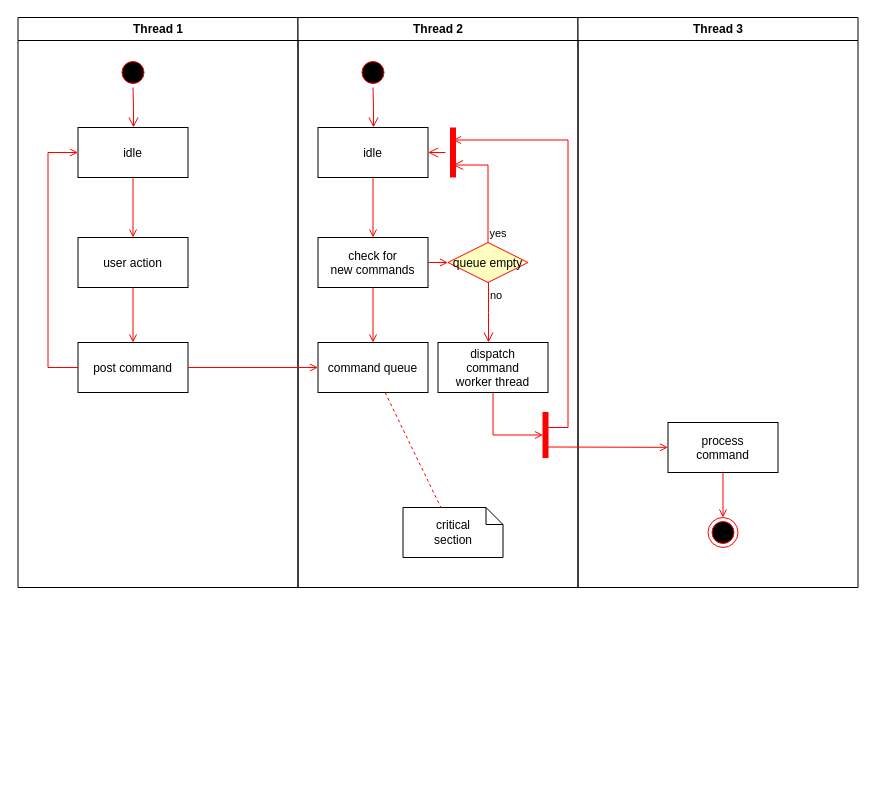
The draw.io diagram 未命名绘图.drawio in RockyLOMO/demo, before the edit. Source tidied: cells renumbered, new cells numbered last; positions are measured from the earlier drawing's top-left corner, leaving out a move shared by most shapes. Both pictures are drawn from the tidied source at 100%, with x=0, y=0 at pixel (17, 17).
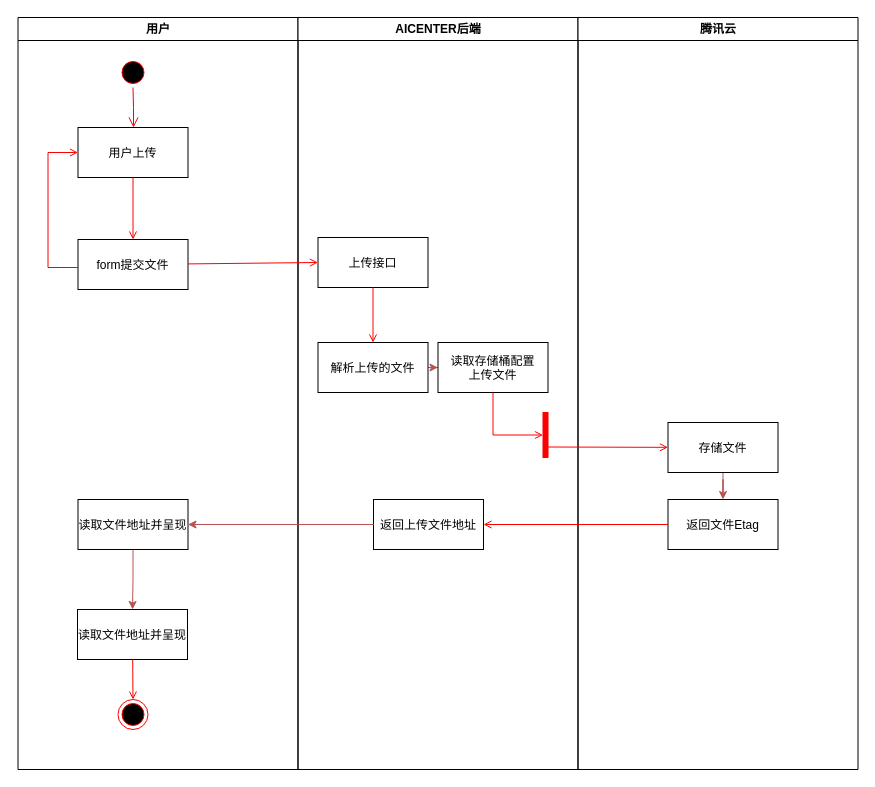
Above is the later version.

Change to the diagram source:
```diff
@@
-    <mxCell id="2" value="Thread 1" style="swimlane;whiteSpace=wrap;" parent="1" vertex="1">
-      <mxGeometry x="0.5" width="280" height="570" as="geometry" />
+    <mxCell id="2" value="用户" style="swimlane;whiteSpace=wrap;" parent="1" vertex="1">
+      <mxGeometry x="0.5" width="280" height="752" as="geometry" />
     </mxCell>
@@
-    <mxCell id="5" value="idle" parent="2" vertex="1">
+    <mxCell id="5" value="用户上传" parent="2" vertex="1">
       <mxGeometry x="60" y="110" width="110" height="50" as="geometry" />
     </mxCell>
-    <mxCell id="6" value="user action" parent="2" vertex="1">
-      <mxGeometry x="60" y="220" width="110" height="50" as="geometry" />
-    </mxCell>
-    <mxCell id="7" style="endArrow=open;strokeColor=#FF0000;endFill=1;rounded=0;" parent="2" edge="1" source="5" target="6">
-      <mxGeometry relative="1" as="geometry" />
-    </mxCell>
-    <mxCell id="8" value="post command" parent="2" vertex="1">
-      <mxGeometry x="60" y="325" width="110" height="50" as="geometry" />
+    <mxCell id="8" value="form提交文件" parent="2" vertex="1">
+      <mxGeometry x="60" y="222" width="110" height="50" as="geometry" />
     </mxCell>
-    <mxCell id="9" style="endArrow=open;strokeColor=#FF0000;endFill=1;rounded=0;" parent="2" edge="1" source="6" target="8">
+    <mxCell id="9" style="endArrow=open;strokeColor=#FF0000;endFill=1;rounded=0;" parent="2" edge="1" source="5" target="8">
       <mxGeometry relative="1" as="geometry" />
     </mxCell>
@@
+    <mxCell id="37" style="edgeStyle=orthogonalEdgeStyle;rounded=0;jettySize=auto;html=1;entryX=0.5;entryY=0;entryDx=0;entryDy=0;fillColor=#f8cecc;strokeColor=#b85450;" parent="2" edge="1" source="38" target="39">
+      <mxGeometry relative="1" as="geometry" />
+    </mxCell>
+    <mxCell id="38" value="读取文件地址并呈现" parent="2" vertex="1">
+      <mxGeometry x="60" y="482" width="110" height="50" as="geometry" />
+    </mxCell>
+    <mxCell id="39" value="读取文件地址并呈现" parent="2" vertex="1">
+      <mxGeometry x="59.5" y="592" width="110" height="50" as="geometry" />
+    </mxCell>
+    <mxCell id="40" style="ellipse;shape=endState;fillColor=#000000;strokeColor=#ff0000;" parent="2" vertex="1">
+      <mxGeometry x="100" y="682" width="30" height="30" as="geometry" />
+    </mxCell>
+    <mxCell id="41" style="endArrow=open;strokeColor=#FF0000;endFill=1;rounded=0;" parent="2" edge="1" source="39" target="40">
+      <mxGeometry relative="1" as="geometry" />
+    </mxCell>
-    <mxCell id="11" value="Thread 2" style="swimlane;whiteSpace=wrap;" parent="1" vertex="1">
-      <mxGeometry x="280.5" width="280" height="570" as="geometry" />
+    <mxCell id="11" value="AICENTER后端" style="swimlane;whiteSpace=wrap;" parent="1" vertex="1">
+      <mxGeometry x="280.5" width="280" height="752" as="geometry" />
     </mxCell>
-    <mxCell id="12" style="ellipse;shape=startState;fillColor=#000000;strokeColor=#ff0000;" parent="11" vertex="1">
-      <mxGeometry x="60" y="40" width="30" height="30" as="geometry" />
-    </mxCell>
-    <mxCell id="13" style="edgeStyle=elbowEdgeStyle;elbow=horizontal;verticalAlign=bottom;endArrow=open;endSize=8;strokeColor=#FF0000;endFill=1;rounded=0;" parent="11" edge="1" source="12" target="14">
-      <mxGeometry x="40" y="20" as="geometry" />
-    </mxCell>
-    <mxCell id="14" value="idle" parent="11" vertex="1">
-      <mxGeometry x="20" y="110" width="110" height="50" as="geometry" />
-    </mxCell>
-    <mxCell id="15" value="check for &#10;new commands" parent="11" vertex="1">
+    <mxCell id="15" value="上传接口" parent="11" vertex="1">
       <mxGeometry x="20" y="220" width="110" height="50" as="geometry" />
     </mxCell>
-    <mxCell id="16" style="endArrow=open;strokeColor=#FF0000;endFill=1;rounded=0;" parent="11" edge="1" source="14" target="15">
-      <mxGeometry relative="1" as="geometry" />
-    </mxCell>
+    <mxCell id="42" style="edgeStyle=orthogonalEdgeStyle;rounded=0;jettySize=auto;html=1;fillColor=#f8cecc;strokeColor=#b85450;" parent="11" edge="1" source="17" target="25">
+      <mxGeometry relative="1" as="geometry" />
+    </mxCell>
-    <mxCell id="17" value="command queue" parent="11" vertex="1">
+    <mxCell id="17" value="解析上传的文件" parent="11" vertex="1">
       <mxGeometry x="20" y="325" width="110" height="50" as="geometry" />
     </mxCell>
@@
-    <mxCell id="19" value="queue empty" style="rhombus;fillColor=#ffffc0;strokeColor=#ff0000;" parent="11" vertex="1">
-      <mxGeometry x="150" y="225" width="80" height="40" as="geometry" />
-    </mxCell>
-    <mxCell id="20" value="yes" style="edgeStyle=elbowEdgeStyle;elbow=horizontal;align=left;verticalAlign=bottom;endArrow=open;endSize=8;strokeColor=#FF0000;exitX=0.5;exitY=0;endFill=1;rounded=0;entryX=0.75;entryY=0.5;entryPerimeter=0;" parent="11" edge="1" source="19" target="23">
-      <mxGeometry x="-1" relative="1" as="geometry">
-        <Array as="points">
-          <mxPoint x="190" y="180" />
-        </Array>
-      </mxGeometry>
-    </mxCell>
-    <mxCell id="21" value="no" style="edgeStyle=elbowEdgeStyle;elbow=horizontal;align=left;verticalAlign=top;endArrow=open;endSize=8;strokeColor=#FF0000;endFill=1;rounded=0;" parent="11" edge="1" source="19" target="25">
-      <mxGeometry x="-1" relative="1" as="geometry" />
-    </mxCell>
-    <mxCell id="22" style="endArrow=open;strokeColor=#FF0000;endFill=1;rounded=0;" parent="11" edge="1" source="15" target="19">
-      <mxGeometry relative="1" as="geometry" />
-    </mxCell>
-    <mxCell id="23" style="shape=line;strokeWidth=6;strokeColor=#ff0000;rotation=90;" parent="11" vertex="1">
-      <mxGeometry x="130" y="127.5" width="50" height="15" as="geometry" />
-    </mxCell>
-    <mxCell id="24" style="edgeStyle=elbowEdgeStyle;elbow=horizontal;verticalAlign=bottom;endArrow=open;endSize=8;strokeColor=#FF0000;endFill=1;rounded=0;" parent="11" edge="1" source="23" target="14">
-      <mxGeometry x="130" y="90" as="geometry" />
-    </mxCell>
-    <mxCell id="25" value="dispatch&#10;command&#10;worker thread" parent="11" vertex="1">
+    <mxCell id="25" value="读取存储桶配置&#10;上传文件" parent="11" vertex="1">
       <mxGeometry x="140" y="325" width="110" height="50" as="geometry" />
     </mxCell>
-    <mxCell id="26" value="critical&#10;section" style="shape=note;whiteSpace=wrap;size=17;" parent="11" vertex="1">
-      <mxGeometry x="105" y="490" width="100" height="50" as="geometry" />
-    </mxCell>
-    <mxCell id="27" style="endArrow=none;strokeColor=#FF0000;endFill=0;rounded=0;dashed=1;" parent="11" edge="1" source="17" target="26">
-      <mxGeometry relative="1" as="geometry" />
-    </mxCell>
@@
+    <mxCell id="43" value="返回上传文件地址" parent="11" vertex="1">
+      <mxGeometry x="75.5" y="482" width="110" height="50" as="geometry" />
+    </mxCell>
-    <mxCell id="30" value="Thread 3" style="swimlane;whiteSpace=wrap;" parent="1" vertex="1">
-      <mxGeometry x="560.5" width="280" height="570" as="geometry" />
+    <mxCell id="30" value="腾讯云" style="swimlane;whiteSpace=wrap;" parent="1" vertex="1">
+      <mxGeometry x="560.5" width="280" height="752" as="geometry" />
     </mxCell>
+    <mxCell id="44" style="edgeStyle=orthogonalEdgeStyle;rounded=0;jettySize=auto;html=1;fillColor=#f8cecc;strokeColor=#b85450;" parent="30" edge="1" source="31" target="45">
+      <mxGeometry relative="1" as="geometry" />
+    </mxCell>
-    <mxCell id="31" value="process&#10;command" parent="30" vertex="1">
+    <mxCell id="31" value="存储文件" parent="30" vertex="1">
       <mxGeometry x="90" y="405" width="110" height="50" as="geometry" />
     </mxCell>
-    <mxCell id="32" style="edgeStyle=elbowEdgeStyle;elbow=horizontal;strokeColor=#FF0000;endArrow=open;endFill=1;rounded=0;entryX=0.25;entryY=0.5;entryPerimeter=0;" parent="30" edge="1" target="23">
-      <mxGeometry relative="1" as="geometry">
-        <mxPoint x="-30" y="410" as="sourcePoint" />
-        <Array as="points">
-          <mxPoint x="-10" y="135" />
-        </Array>
-      </mxGeometry>
-    </mxCell>
@@
-    <mxCell id="34" style="ellipse;shape=endState;fillColor=#000000;strokeColor=#ff0000;" parent="30" vertex="1">
-      <mxGeometry x="130" y="500" width="30" height="30" as="geometry" />
-    </mxCell>
+    <mxCell id="45" value="返回文件Etag" parent="30" vertex="1">
+      <mxGeometry x="90" y="482" width="110" height="50" as="geometry" />
+    </mxCell>
+    <mxCell id="36" style="endArrow=open;strokeColor=#FF0000;endFill=1;rounded=0;entryX=0;entryY=0.5;entryDx=0;entryDy=0;" parent="1" edge="1" source="8" target="15">
+      <mxGeometry relative="1" as="geometry" />
+    </mxCell>
-    <mxCell id="35" style="endArrow=open;strokeColor=#FF0000;endFill=1;rounded=0;" parent="30" edge="1" source="31" target="34">
+    <mxCell id="35" style="endArrow=open;strokeColor=#FF0000;endFill=1;rounded=0;entryX=1;entryY=0.5;entryDx=0;entryDy=0;exitX=0;exitY=0.5;exitDx=0;exitDy=0;" parent="1" edge="1" source="45" target="43">
       <mxGeometry relative="1" as="geometry" />
     </mxCell>
-    <mxCell id="36" style="endArrow=open;strokeColor=#FF0000;endFill=1;rounded=0;" parent="1" edge="1" source="8" target="17">
-      <mxGeometry relative="1" as="geometry" />
-    </mxCell>
+    <mxCell id="46" style="edgeStyle=orthogonalEdgeStyle;rounded=0;jettySize=auto;html=1;entryX=1;entryY=0.5;entryDx=0;entryDy=0;fillColor=#f8cecc;strokeColor=#b85450;" parent="1" edge="1" source="43" target="38">
+      <mxGeometry relative="1" as="geometry" />
+    </mxCell>
```
